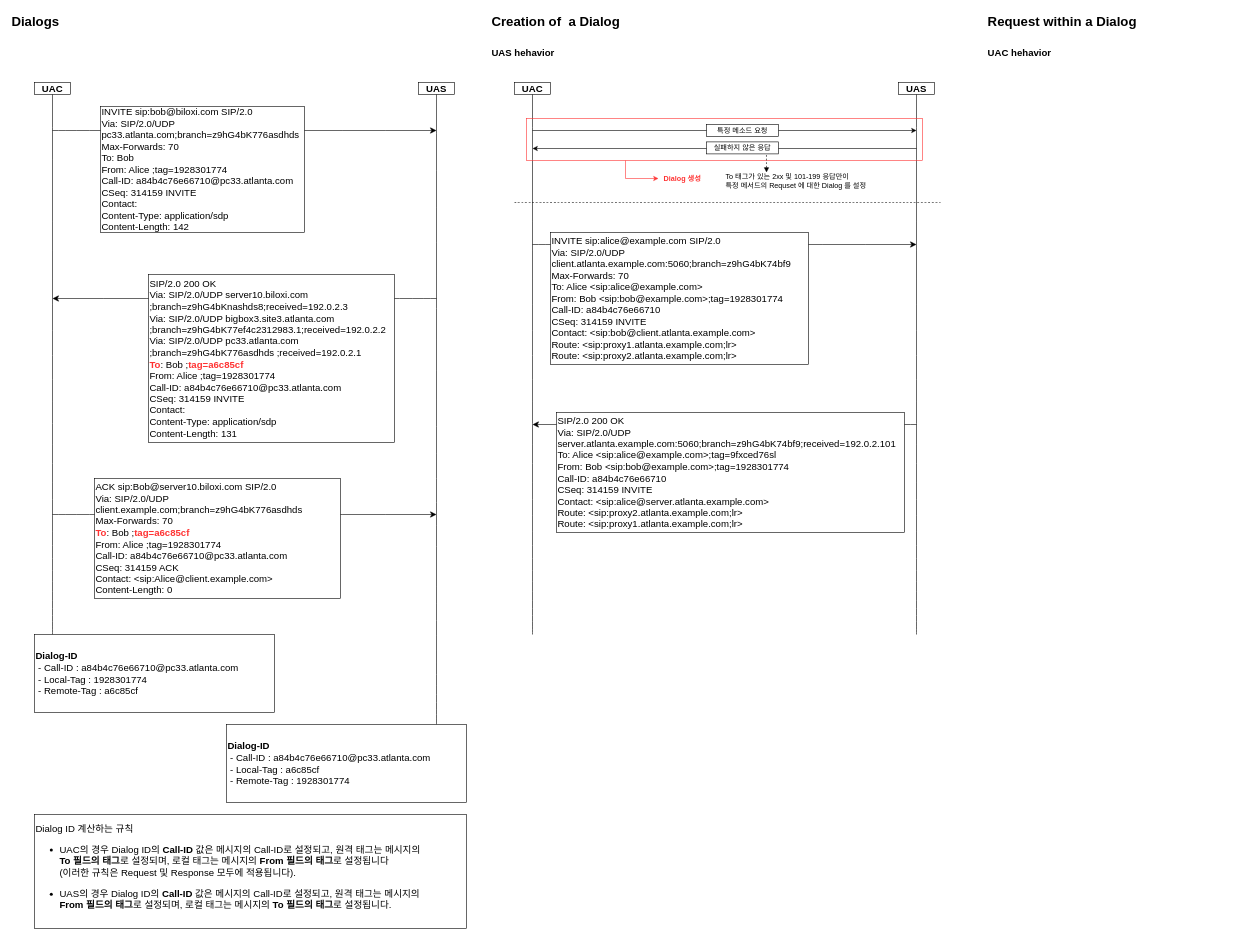
Before: 12장 Dialog.drawio in JaeHyeon774/NEWTIL, a draw.io diagram. Source tidied: cells renumbered, new cells numbered last; positions are measured from the earlier drawing's top-left corner, leaving out a move shared by most shapes. Both pictures are drawn from the tidied source at 60%, with x=0, y=0 at pixel (10, 10).
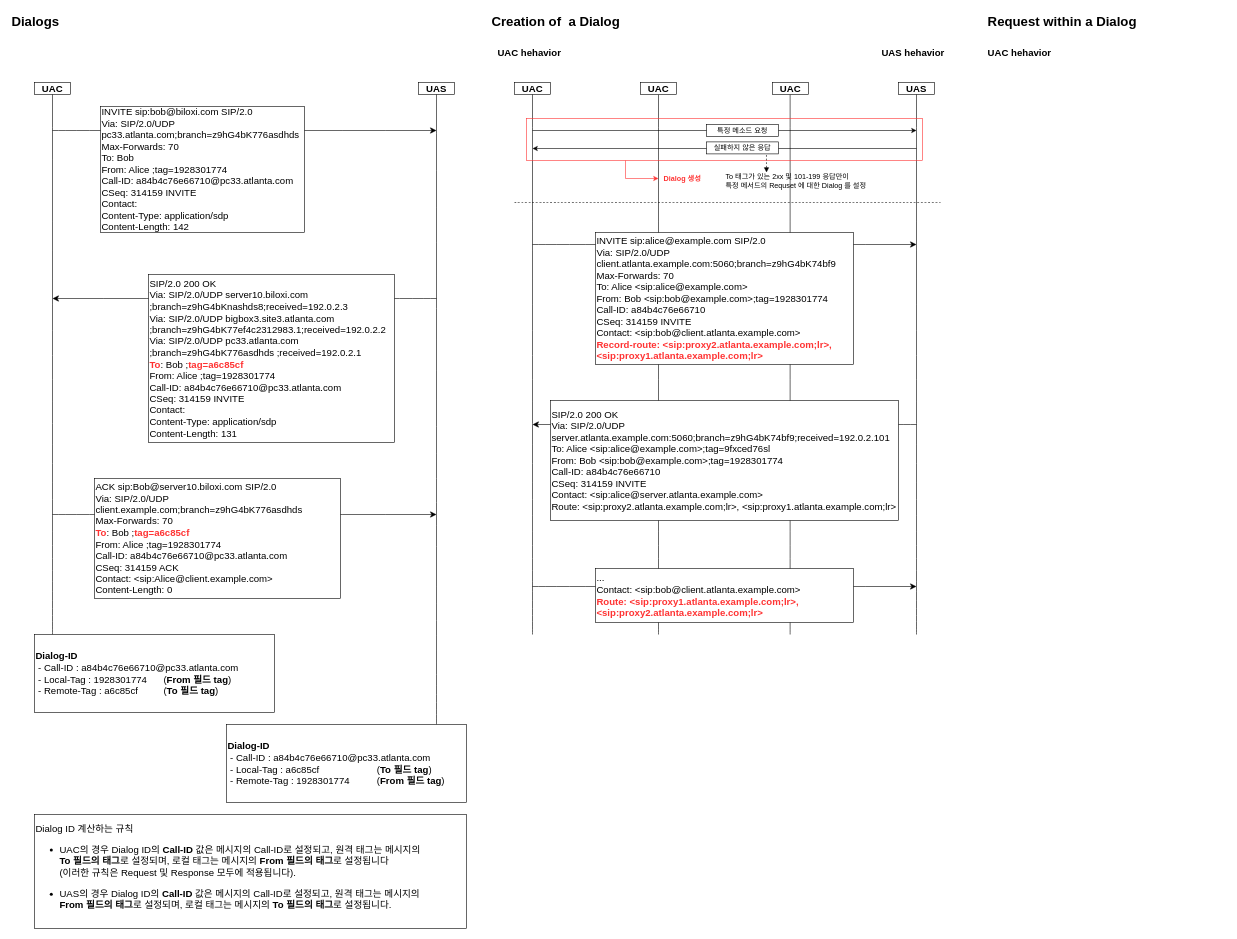
The same diagram, later.

Commit message:
12장 Dialog.drawio 업데이트

The edit, as a diff of the source:
```diff
@@
+    <mxCell id="38" style="endArrow=classic;html=1;rounded=0;fontSize=12;startSize=8;endSize=8;curved=1;" parent="1" edge="1">
+      <mxGeometry relative="1" as="geometry">
+        <mxPoint x="870" y="960" as="sourcePoint" />
+        <mxPoint x="1510" y="960" as="targetPoint" />
+      </mxGeometry>
+    </mxCell>
+    <mxCell id="39" style="endArrow=none;html=1;rounded=0;fontSize=12;startSize=8;endSize=8;curved=1;entryX=0.5;entryY=1;entryDx=0;entryDy=0;" parent="1" edge="1">
+      <mxGeometry relative="1" as="geometry">
+        <mxPoint x="1299.4" y="1040" as="sourcePoint" />
+        <mxPoint x="1299.4" y="140" as="targetPoint" />
+      </mxGeometry>
+    </mxCell>
+    <mxCell id="40" style="endArrow=none;html=1;rounded=0;fontSize=12;startSize=8;endSize=8;curved=1;entryX=0.5;entryY=1;entryDx=0;entryDy=0;" parent="1" edge="1">
+      <mxGeometry relative="1" as="geometry">
+        <mxPoint x="1080" y="1040" as="sourcePoint" />
+        <mxPoint x="1080" y="140" as="targetPoint" />
+      </mxGeometry>
+    </mxCell>
@@
-    <mxCell id="8" value="&lt;b style=&quot;&quot;&gt;&lt;font style=&quot;font-size: 16px;&quot;&gt;UAS hehavior&lt;/font&gt;&lt;/b&gt;" style="text;html=1;strokeColor=none;fillColor=none;align=left;verticalAlign=middle;whiteSpace=wrap;rounded=0;fontSize=16;" parent="1" vertex="1">
-      <mxGeometry x="800" y="60" width="400" height="20" as="geometry" />
+    <mxCell id="8" value="&lt;b style=&quot;&quot;&gt;&lt;font style=&quot;font-size: 16px;&quot;&gt;UAC hehavior&lt;/font&gt;&lt;/b&gt;" style="text;html=1;strokeColor=none;fillColor=none;align=left;verticalAlign=middle;whiteSpace=wrap;rounded=0;fontSize=16;" parent="1" vertex="1">
+      <mxGeometry x="810" y="60" width="120" height="20" as="geometry" />
     </mxCell>
@@
-    <mxCell id="17" value="&lt;b&gt;Dialog-ID&lt;/b&gt;&lt;br&gt;&amp;nbsp;- Call-ID : a84b4c76e66710@pc33.atlanta.com&lt;br&gt;&amp;nbsp;- Local-Tag : 1928301774&lt;br&gt;&amp;nbsp;- Remote-Tag :&amp;nbsp;&lt;span style=&quot;border-color: var(--border-color);&quot;&gt;&lt;font style=&quot;border-color: var(--border-color);&quot;&gt;a6c85cf&lt;/font&gt;&lt;/span&gt;" style="rounded=0;whiteSpace=wrap;html=1;fontSize=16;align=left;" parent="1" vertex="1">
+    <mxCell id="17" value="&lt;b&gt;Dialog-ID&lt;/b&gt;&lt;br&gt;&amp;nbsp;- Call-ID : a84b4c76e66710@pc33.atlanta.com&lt;br&gt;&amp;nbsp;- Local-Tag : 1928301774&lt;span style=&quot;white-space: pre;&quot;&gt;&#9;&lt;/span&gt;(&lt;b&gt;From 필드 tag&lt;/b&gt;)&lt;br&gt;&amp;nbsp;- Remote-Tag :&amp;nbsp;&lt;span style=&quot;border-color: var(--border-color);&quot;&gt;&lt;font style=&quot;border-color: var(--border-color);&quot;&gt;a6c85cf&lt;span style=&quot;white-space: pre;&quot;&gt;&#9;&lt;/span&gt;&lt;span style=&quot;white-space: pre;&quot;&gt;&#9;&lt;/span&gt;(&lt;b&gt;To 필드 tag&lt;/b&gt;)&lt;/font&gt;&lt;/span&gt;" style="rounded=0;whiteSpace=wrap;html=1;fontSize=16;align=left;" parent="1" vertex="1">
       <mxGeometry x="40" y="1040" width="400" height="130" as="geometry" />
     </mxCell>
-    <mxCell id="18" value="&lt;b&gt;Dialog-ID&lt;/b&gt;&lt;br style=&quot;border-color: var(--border-color);&quot;&gt;&amp;nbsp;- Call-ID : a84b4c76e66710@pc33.atlanta.com&lt;br style=&quot;border-color: var(--border-color);&quot;&gt;&amp;nbsp;- Local-Tag : a6c85cf&lt;br style=&quot;border-color: var(--border-color);&quot;&gt;&amp;nbsp;- Remote-Tag : 1928301774" style="rounded=0;whiteSpace=wrap;html=1;fontSize=16;align=left;" parent="1" vertex="1">
+    <mxCell id="18" value="&lt;b&gt;Dialog-ID&lt;/b&gt;&lt;br style=&quot;border-color: var(--border-color);&quot;&gt;&amp;nbsp;- Call-ID : a84b4c76e66710@pc33.atlanta.com&lt;br style=&quot;border-color: var(--border-color);&quot;&gt;&amp;nbsp;- Local-Tag : a6c85cf&lt;span style=&quot;white-space: pre;&quot;&gt;&#9;&lt;/span&gt;&lt;span style=&quot;white-space: pre;&quot;&gt;&#9;&lt;/span&gt;&lt;span style=&quot;white-space: pre;&quot;&gt;&#9;&lt;/span&gt;(&lt;b style=&quot;border-color: var(--border-color);&quot;&gt;To 필드 tag&lt;/b&gt;)&lt;br style=&quot;border-color: var(--border-color);&quot;&gt;&amp;nbsp;- Remote-Tag : 1928301774&lt;span style=&quot;white-space: pre;&quot;&gt;&#9;&lt;/span&gt;&lt;span style=&quot;white-space: pre;&quot;&gt;&#9;&lt;/span&gt;(&lt;b style=&quot;border-color: var(--border-color);&quot;&gt;From 필드 tag&lt;/b&gt;)" style="rounded=0;whiteSpace=wrap;html=1;fontSize=16;align=left;" parent="1" vertex="1">
       <mxGeometry x="360" y="1190" width="400" height="130" as="geometry" />
     </mxCell>
@@
-    <mxCell id="36" value="INVITE sip:alice@example.com SIP/2.0&lt;br&gt;Via: SIP/2.0/UDP client.atlanta.example.com:5060;branch=z9hG4bK74bf9&lt;br&gt;Max-Forwards: 70&lt;br&gt;To: Alice &amp;lt;sip:alice@example.com&amp;gt;&lt;br&gt;From: Bob &amp;lt;sip:bob@example.com&amp;gt;;tag=1928301774&lt;br&gt;Call-ID: a84b4c76e66710&lt;br&gt;CSeq: 314159 INVITE&lt;br&gt;Contact: &amp;lt;sip:bob@client.atlanta.example.com&amp;gt;&lt;br&gt;Route: &amp;lt;sip:proxy1.atlanta.example.com;lr&amp;gt;&lt;br&gt;Route: &amp;lt;sip:proxy2.atlanta.example.com;lr&amp;gt;" style="rounded=0;whiteSpace=wrap;html=1;fontSize=16;align=left;" parent="1" vertex="1">
-      <mxGeometry x="900" y="370" width="430" height="220" as="geometry" />
+    <mxCell id="36" value="INVITE sip:alice@example.com SIP/2.0&lt;br&gt;Via: SIP/2.0/UDP client.atlanta.example.com:5060;branch=z9hG4bK74bf9&lt;br&gt;Max-Forwards: 70&lt;br&gt;To: Alice &amp;lt;sip:alice@example.com&amp;gt;&lt;br&gt;From: Bob &amp;lt;sip:bob@example.com&amp;gt;;tag=1928301774&lt;br&gt;Call-ID: a84b4c76e66710&lt;br&gt;CSeq: 314159 INVITE&lt;br&gt;Contact: &amp;lt;sip:bob@client.atlanta.example.com&amp;gt;&lt;br&gt;&lt;b&gt;&lt;font color=&quot;#ff3333&quot;&gt;Record-route: &lt;/font&gt;&lt;/b&gt;&lt;b style=&quot;border-color: var(--border-color);&quot;&gt;&lt;font style=&quot;border-color: var(--border-color);&quot; color=&quot;#ff3333&quot;&gt;&amp;lt;sip:proxy2.atlanta.example.com;lr&amp;gt;,&lt;/font&gt;&lt;/b&gt;&lt;b&gt;&lt;font color=&quot;#ff3333&quot;&gt;&lt;br&gt;&amp;lt;sip:proxy1.atlanta.example.com;lr&amp;gt;&lt;/font&gt;&lt;/b&gt;" style="rounded=0;whiteSpace=wrap;html=1;fontSize=16;align=left;" parent="1" vertex="1">
+      <mxGeometry x="975" y="370" width="430" height="220" as="geometry" />
     </mxCell>
-    <mxCell id="37" value="SIP/2.0 200 OK&lt;br/&gt;Via: SIP/2.0/UDP server.atlanta.example.com:5060;branch=z9hG4bK74bf9;received=192.0.2.101&lt;br/&gt;To: Alice &amp;lt;sip:alice@example.com&amp;gt;;tag=9fxced76sl&lt;br/&gt;From: Bob &amp;lt;sip:bob@example.com&amp;gt;;tag=1928301774&lt;br/&gt;Call-ID: a84b4c76e66710&lt;br/&gt;CSeq: 314159 INVITE&lt;br/&gt;Contact: &amp;lt;sip:alice@server.atlanta.example.com&amp;gt;&lt;br/&gt;Route: &amp;lt;sip:proxy2.atlanta.example.com;lr&amp;gt;&lt;br/&gt;Route: &amp;lt;sip:proxy1.atlanta.example.com;lr&amp;gt;" style="rounded=0;whiteSpace=wrap;html=1;fontSize=16;align=left;" parent="1" vertex="1">
-      <mxGeometry x="910" y="670" width="580" height="200" as="geometry" />
+    <mxCell id="37" value="SIP/2.0 200 OK&lt;br&gt;Via: SIP/2.0/UDP server.atlanta.example.com:5060;branch=z9hG4bK74bf9;received=192.0.2.101&lt;br&gt;To: Alice &amp;lt;sip:alice@example.com&amp;gt;;tag=9fxced76sl&lt;br&gt;From: Bob &amp;lt;sip:bob@example.com&amp;gt;;tag=1928301774&lt;br&gt;Call-ID: a84b4c76e66710&lt;br&gt;CSeq: 314159 INVITE&lt;br&gt;Contact: &amp;lt;sip:alice@server.atlanta.example.com&amp;gt;&lt;br&gt;Route: &amp;lt;sip:proxy2.atlanta.example.com;lr&amp;gt;, &amp;lt;sip:proxy1.atlanta.example.com;lr&amp;gt;" style="rounded=0;whiteSpace=wrap;html=1;fontSize=16;align=left;" parent="1" vertex="1">
+      <mxGeometry x="900" y="650" width="580" height="200" as="geometry" />
     </mxCell>
+    <mxCell id="41" value="&lt;b&gt;UAC&lt;/b&gt;" style="rounded=0;whiteSpace=wrap;html=1;fontSize=16;" parent="1" vertex="1">
+      <mxGeometry x="1050" y="120" width="60" height="20" as="geometry" />
+    </mxCell>
+    <mxCell id="42" value="&lt;b&gt;UAC&lt;/b&gt;" style="rounded=0;whiteSpace=wrap;html=1;fontSize=16;" parent="1" vertex="1">
+      <mxGeometry x="1270" y="120" width="60" height="20" as="geometry" />
+    </mxCell>
+    <mxCell id="43" value="...&lt;br&gt;Contact: &amp;lt;sip:bob@client.atlanta.example.com&amp;gt;&lt;br&gt;&lt;b&gt;&lt;font color=&quot;#ff3333&quot;&gt;Route:&amp;nbsp;&lt;/font&gt;&lt;/b&gt;&lt;b&gt;&lt;font color=&quot;#ff3333&quot;&gt;&amp;lt;sip:proxy1.atlanta.example.com;lr&amp;gt;,&lt;/font&gt;&lt;/b&gt;&lt;b style=&quot;border-color: var(--border-color);&quot;&gt;&lt;font style=&quot;border-color: var(--border-color);&quot; color=&quot;#ff3333&quot;&gt;&amp;nbsp;&lt;br&gt;&lt;/font&gt;&lt;/b&gt;&lt;b style=&quot;border-color: var(--border-color);&quot;&gt;&lt;font style=&quot;border-color: var(--border-color);&quot; color=&quot;#ff3333&quot;&gt;&amp;lt;sip:proxy2.atlanta.example.com;lr&amp;gt;&lt;/font&gt;&lt;/b&gt;" style="rounded=0;whiteSpace=wrap;html=1;fontSize=16;align=left;" parent="1" vertex="1">
+      <mxGeometry x="975" y="930" width="430" height="90" as="geometry" />
+    </mxCell>
+    <mxCell id="44" value="&lt;b style=&quot;&quot;&gt;&lt;font style=&quot;font-size: 16px;&quot;&gt;UAS hehavior&lt;/font&gt;&lt;/b&gt;" style="text;html=1;strokeColor=none;fillColor=none;align=left;verticalAlign=middle;whiteSpace=wrap;rounded=0;fontSize=16;" parent="1" vertex="1">
+      <mxGeometry x="1450" y="60" width="120" height="20" as="geometry" />
+    </mxCell>
```
